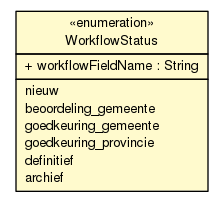
The Graphviz diagram ibis-viewer/apidocs/nl/b3p/viewer/ibis/util/WorkflowStatus.png in B3Partners/flamingo-ibis, before a commit. Its source is kept beside it as ibis-viewer/apidocs/nl/b3p/viewer/ibis/util/WorkflowStatus.dot.
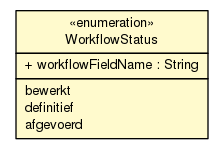
Later version of the same file.

Diff of the diagram source:
```diff
@@ -13,12 +13,9 @@
 <tr><td align="left" balign="left"> + workflowFieldName : String </td></tr>
 		</table></td></tr>
 		<tr><td><table border="0" cellspacing="0" cellpadding="1">
-<tr><td align="left" balign="left"> nieuw </td></tr>
-<tr><td align="left" balign="left"> beoordeling_gemeente </td></tr>
-<tr><td align="left" balign="left"> goedkeuring_gemeente </td></tr>
-<tr><td align="left" balign="left"> goedkeuring_provincie </td></tr>
+<tr><td align="left" balign="left"> bewerkt </td></tr>
 <tr><td align="left" balign="left"> definitief </td></tr>
-<tr><td align="left" balign="left"> archief </td></tr>
+<tr><td align="left" balign="left"> afgevoerd </td></tr>
 		</table></td></tr>
 		</table>>, URL="./WorkflowStatus.html", fontname="Helvetica", fontcolor="black", fontsize=10.0];
 }
```
